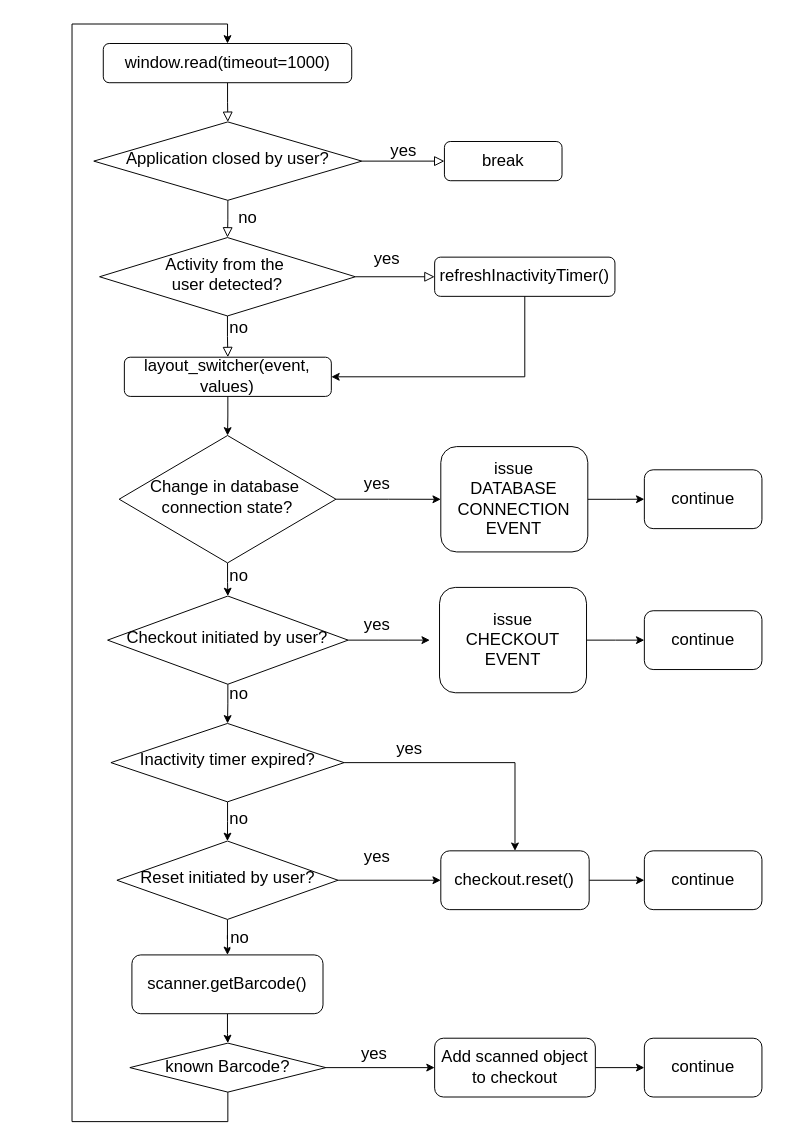
Before: docs/resources/hauptschleife.drawio in Oberfeldwedler/km3003, a draw.io diagram. Source tidied: cells renumbered, new cells numbered last; positions are measured from the earlier drawing's top-left corner, leaving out a move shared by most shapes. Both pictures are drawn from the tidied source at 98%, with x=0, y=0 at pixel (72, 24).
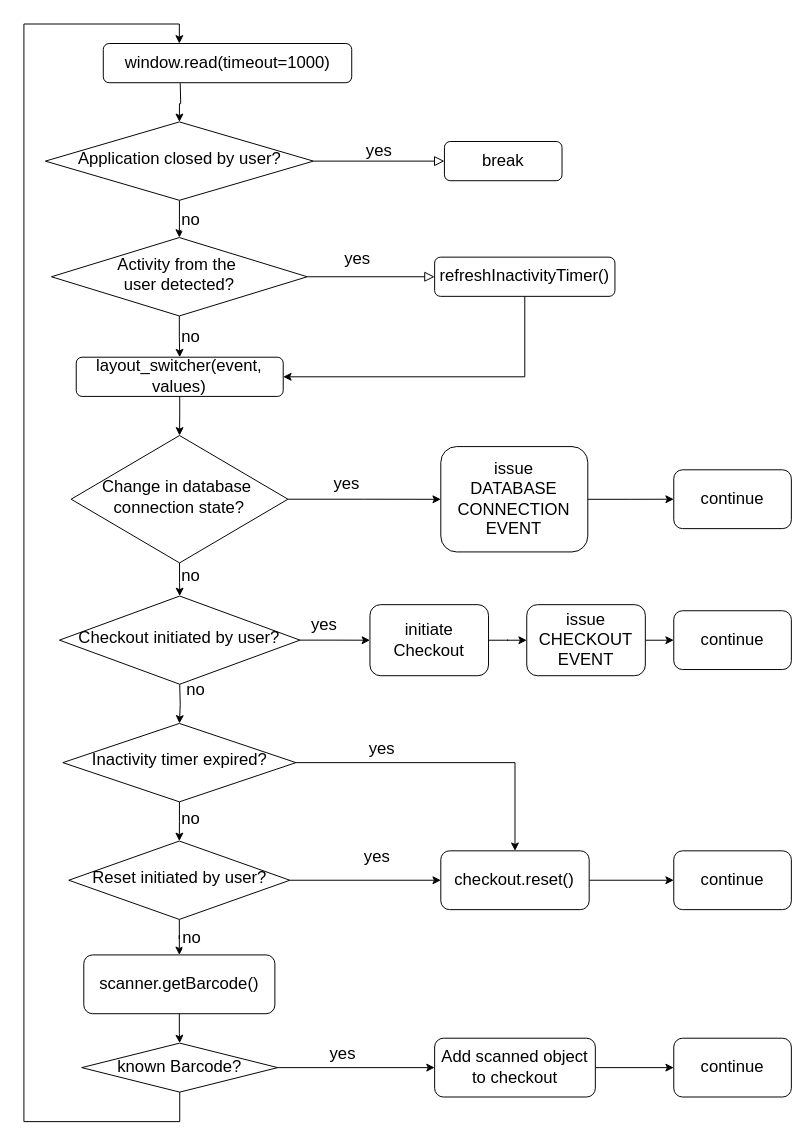
The same diagram, later.

The change refers to these unchanged cells:
```xml
<mxCell id="3" value="window.read(timeout=1000)" style="rounded=1;whiteSpace=wrap;html=1;fontSize=17;glass=0;strokeWidth=1;shadow=0;" parent="1" vertex="1">
  <mxGeometry x="31.9" y="19.9" width="253.5" height="40" as="geometry" />
</mxCell>
<mxCell id="7" value="break" style="rounded=1;whiteSpace=wrap;html=1;fontSize=17;glass=0;strokeWidth=1;shadow=0;" parent="1" vertex="1">
  <mxGeometry x="380" y="119.9" width="120" height="40" as="geometry" />
</mxCell>
<mxCell id="12" value="refreshInactivityTimer()" style="rounded=1;whiteSpace=wrap;html=1;fontSize=17;glass=0;strokeWidth=1;shadow=0;" parent="1" vertex="1">
  <mxGeometry x="370" y="237.9" width="184" height="40" as="geometry" />
</mxCell>
```

Change to the diagram source:
```diff
@@
-    <mxCell id="2" style="rounded=0;html=1;jettySize=auto;fontSize=17;endArrow=block;endFill=0;endSize=8;strokeWidth=1;shadow=0;labelBackgroundColor=none;edgeStyle=orthogonalEdgeStyle;" parent="1" edge="1" source="3" target="6">
-      <mxGeometry relative="1" as="geometry" />
-    </mxCell>
+    <mxCell id="53" style="edgeStyle=orthogonalEdgeStyle;rounded=0;jettySize=auto;html=1;exitX=0.361;exitY=1.008;exitDx=0;exitDy=0;exitPerimeter=0;" parent="1" edge="1" target="6">
+      <mxGeometry relative="1" as="geometry">
+        <mxPoint x="110.4" y="60.3" as="sourcePoint" />
+      </mxGeometry>
+    </mxCell>
@@
+    <mxCell id="5" value="yes" style="edgeStyle=orthogonalEdgeStyle;rounded=0;html=1;jettySize=auto;fontSize=17;endArrow=block;endFill=0;endSize=8;strokeWidth=1;shadow=0;labelBackgroundColor=none;" parent="1" edge="1" source="6" target="7">
+      <mxGeometry y="10" relative="1" as="geometry" />
+    </mxCell>
-    <mxCell id="4" value="no" style="rounded=0;html=1;jettySize=auto;fontSize=17;endArrow=block;endFill=0;endSize=8;strokeWidth=1;shadow=0;labelBackgroundColor=none;edgeStyle=orthogonalEdgeStyle;" parent="1" edge="1" source="6" target="10">
-      <mxGeometry y="20" relative="1" as="geometry" />
+    <mxCell id="4" style="edgeStyle=orthogonalEdgeStyle;rounded=0;jettySize=auto;html=1;entryX=0.5;entryY=0;entryDx=0;entryDy=0;" parent="1" edge="1" source="6" target="10">
+      <mxGeometry relative="1" as="geometry" />
     </mxCell>
-    <mxCell id="5" value="yes" style="edgeStyle=orthogonalEdgeStyle;rounded=0;html=1;jettySize=auto;fontSize=17;endArrow=block;endFill=0;endSize=8;strokeWidth=1;shadow=0;labelBackgroundColor=none;" parent="1" edge="1" source="6" target="7">
-      <mxGeometry y="10" relative="1" as="geometry" />
-    </mxCell>
+    <mxCell id="54" value="&lt;font style=&quot;font-size: 17px;&quot;&gt;no&lt;/font&gt;" style="edgeLabel;html=1;align=center;verticalAlign=middle;" parent="4" vertex="1">
+      <mxGeometry x="0.12" y="-2" relative="1" as="geometry">
+        <mxPoint x="13" as="offset" />
+      </mxGeometry>
+    </mxCell>
     <mxCell id="6" value="Application closed by user?" style="rhombus;whiteSpace=wrap;html=1;shadow=0;fontFamily=Helvetica;fontSize=17;align=center;strokeWidth=1;spacing=6;spacingTop=-4;" parent="1" vertex="1">
-      <mxGeometry x="22.2" y="99.9" width="273.5" height="80" as="geometry" />
+      <mxGeometry x="-27.2" y="99.9" width="273.5" height="80" as="geometry" />
     </mxCell>
@@
+    <mxCell id="9" value="yes" style="edgeStyle=orthogonalEdgeStyle;rounded=0;html=1;jettySize=auto;fontSize=17;endArrow=block;endFill=0;endSize=8;strokeWidth=1;shadow=0;labelBackgroundColor=none;exitX=1;exitY=0.5;exitDx=0;exitDy=0;" parent="1" edge="1" source="10" target="12">
+      <mxGeometry x="-0.21" y="18" relative="1" as="geometry" />
+    </mxCell>
-    <mxCell id="8" value="no" style="rounded=0;html=1;jettySize=auto;fontSize=17;endArrow=block;endFill=0;endSize=8;strokeWidth=1;shadow=0;labelBackgroundColor=none;edgeStyle=orthogonalEdgeStyle;" parent="1" edge="1" source="10" target="11">
-      <mxGeometry x="-0.37" y="11" relative="1" as="geometry" />
+    <mxCell id="8" style="edgeStyle=orthogonalEdgeStyle;rounded=0;jettySize=auto;html=1;entryX=0.5;entryY=0;entryDx=0;entryDy=0;" parent="1" edge="1" source="10" target="11">
+      <mxGeometry relative="1" as="geometry" />
     </mxCell>
-    <mxCell id="9" value="yes" style="edgeStyle=orthogonalEdgeStyle;rounded=0;html=1;jettySize=auto;fontSize=17;endArrow=block;endFill=0;endSize=8;strokeWidth=1;shadow=0;labelBackgroundColor=none;exitX=1;exitY=0.5;exitDx=0;exitDy=0;" parent="1" edge="1" source="10" target="12">
-      <mxGeometry x="-0.21" y="18" relative="1" as="geometry" />
-    </mxCell>
+    <mxCell id="55" value="&lt;font style=&quot;font-size: 17px;&quot;&gt;no&lt;/font&gt;" style="edgeLabel;html=1;align=center;verticalAlign=middle;" parent="8" vertex="1">
+      <mxGeometry x="-0.01" relative="1" as="geometry">
+        <mxPoint x="11" as="offset" />
+      </mxGeometry>
+    </mxCell>
     <mxCell id="10" value="Activity from the&amp;nbsp;&lt;div&gt;user detected?&lt;/div&gt;" style="rhombus;whiteSpace=wrap;html=1;shadow=0;fontFamily=Helvetica;fontSize=17;align=center;strokeWidth=1;spacing=6;spacingTop=-4;" parent="1" vertex="1">
-      <mxGeometry x="28.1" y="217.9" width="261" height="80" as="geometry" />
+      <mxGeometry x="-21" y="217.9" width="261" height="80" as="geometry" />
     </mxCell>
     <mxCell id="11" value="layout_switcher(event, values)" style="rounded=1;whiteSpace=wrap;html=1;fontSize=17;glass=0;strokeWidth=1;shadow=0;" parent="1" vertex="1">
-      <mxGeometry x="53.4" y="340" width="211.2" height="40" as="geometry" />
+      <mxGeometry x="4.3" y="340" width="211.2" height="40" as="geometry" />
     </mxCell>
@@
-    <mxCell id="14" style="edgeStyle=orthogonalEdgeStyle;rounded=0;jettySize=auto;html=1;fontSize=17;" parent="1" edge="1" source="18" target="25">
-      <mxGeometry relative="1" as="geometry" />
+    <mxCell id="14" style="edgeStyle=orthogonalEdgeStyle;rounded=0;jettySize=auto;html=1;fontSize=17;" parent="1" edge="1" source="18">
+      <mxGeometry relative="1" as="geometry">
+        <mxPoint x="109.9" y="583.7" as="targetPoint" />
+      </mxGeometry>
     </mxCell>
@@
     <mxCell id="18" value="Change in database&amp;nbsp;&lt;div&gt;connection state?&lt;/div&gt;" style="rhombus;whiteSpace=wrap;html=1;shadow=0;fontFamily=Helvetica;fontSize=17;align=center;strokeWidth=1;spacing=6;spacingTop=-4;" parent="1" vertex="1">
-      <mxGeometry x="48.1" y="419.9" width="221.2" height="130" as="geometry" />
+      <mxGeometry x="-0.9" y="419.9" width="221.2" height="130" as="geometry" />
     </mxCell>
@@
     <mxCell id="20" value="continue" style="rounded=1;whiteSpace=wrap;html=1;fontSize=17;" parent="1" vertex="1">
-      <mxGeometry x="584" y="454.9" width="120" height="60" as="geometry" />
+      <mxGeometry x="614" y="454.9" width="120" height="60" as="geometry" />
     </mxCell>
-    <mxCell id="21" style="edgeStyle=orthogonalEdgeStyle;rounded=0;jettySize=auto;html=1;fontSize=17;" parent="1" edge="1" source="25">
-      <mxGeometry relative="1" as="geometry">
-        <mxPoint x="365.1" y="628.7" as="targetPoint" />
-      </mxGeometry>
+    <mxCell id="21" style="edgeStyle=orthogonalEdgeStyle;rounded=0;jettySize=auto;html=1;fontSize=17;" parent="1" edge="1" source="25" target="57">
+      <mxGeometry relative="1" as="geometry" />
     </mxCell>
@@
-    <mxCell id="23" style="edgeStyle=orthogonalEdgeStyle;rounded=0;jettySize=auto;html=1;fontSize=17;" parent="1" edge="1" source="25" target="30">
-      <mxGeometry relative="1" as="geometry" />
+    <mxCell id="23" style="edgeStyle=orthogonalEdgeStyle;rounded=0;jettySize=auto;html=1;fontSize=17;" parent="1" edge="1" target="30">
+      <mxGeometry relative="1" as="geometry">
+        <mxPoint x="109.9" y="673.7" as="sourcePoint" />
+      </mxGeometry>
     </mxCell>
@@
     <mxCell id="25" value="Checkout initiated by user?" style="rhombus;whiteSpace=wrap;html=1;shadow=0;fontFamily=Helvetica;fontSize=17;align=center;strokeWidth=1;spacing=6;spacingTop=-4;" parent="1" vertex="1">
-      <mxGeometry x="36.3" y="583.7" width="245.4" height="90" as="geometry" />
+      <mxGeometry x="-12.8" y="583.7" width="245.4" height="90" as="geometry" />
     </mxCell>
@@
     <mxCell id="30" value="Inactivity timer expired?" style="rhombus;whiteSpace=wrap;html=1;shadow=0;strokeWidth=1;spacing=6;spacingTop=-4;fontSize=17;" parent="1" vertex="1">
-      <mxGeometry x="39.7" y="713.7" width="237.9" height="80" as="geometry" />
+      <mxGeometry x="-9.4" y="713.7" width="237.9" height="80" as="geometry" />
     </mxCell>
@@
     <mxCell id="34" value="Reset initiated by user?" style="rhombus;whiteSpace=wrap;html=1;shadow=0;strokeWidth=1;spacing=6;spacingTop=-4;fontSize=17;" parent="1" vertex="1">
-      <mxGeometry x="45.8" y="833.7" width="225.6" height="80" as="geometry" />
+      <mxGeometry x="-3.3" y="833.7" width="225.6" height="80" as="geometry" />
     </mxCell>
@@
     <mxCell id="38" value="continue" style="rounded=1;whiteSpace=wrap;html=1;fontSize=17;" parent="1" vertex="1">
-      <mxGeometry x="584" y="843.7" width="120" height="60" as="geometry" />
+      <mxGeometry x="614" y="843.7" width="120" height="60" as="geometry" />
     </mxCell>
@@
     <mxCell id="40" value="scanner.getBarcode()" style="rounded=1;whiteSpace=wrap;html=1;fontSize=17;" parent="1" vertex="1">
-      <mxGeometry x="61.1" y="949.9" width="195" height="60" as="geometry" />
+      <mxGeometry x="12" y="949.9" width="195" height="60" as="geometry" />
     </mxCell>
@@
-    <mxCell id="45" style="edgeStyle=orthogonalEdgeStyle;rounded=0;jettySize=auto;html=1;entryX=0.5;entryY=0;entryDx=0;entryDy=0;exitX=0.5;exitY=1;exitDx=0;exitDy=0;fontSize=17;" parent="1" edge="1" source="46" target="3">
+    <mxCell id="45" style="edgeStyle=orthogonalEdgeStyle;rounded=0;jettySize=auto;html=1;entryX=0.5;entryY=0;entryDx=0;entryDy=0;exitX=0.5;exitY=1;exitDx=0;exitDy=0;fontSize=17;" parent="1" edge="1" source="46">
       <mxGeometry relative="1" as="geometry">
+        <mxPoint x="109.5" y="19.9" as="targetPoint" />
         <Array as="points">
-          <mxPoint x="159" y="1120" />
-          <mxPoint y="1120" />
-          <mxPoint />
-          <mxPoint x="159" />
+          <mxPoint x="109.9" y="1120" />
+          <mxPoint x="-49.1" y="1120" />
+          <mxPoint x="-49.1" />
+          <mxPoint x="109.9" />
         </Array>
       </mxGeometry>
     </mxCell>
     <mxCell id="46" value="known Barcode?" style="rhombus;whiteSpace=wrap;html=1;fontSize=17;" parent="1" vertex="1">
-      <mxGeometry x="59" y="1039.9" width="200" height="50" as="geometry" />
+      <mxGeometry x="9.9" y="1039.9" width="200" height="50" as="geometry" />
     </mxCell>
     <mxCell id="47" value="continue" style="rounded=1;whiteSpace=wrap;html=1;fontSize=17;" parent="1" vertex="1">
-      <mxGeometry x="584" y="1034.9" width="120" height="60" as="geometry" />
+      <mxGeometry x="614" y="1034.9" width="120" height="60" as="geometry" />
     </mxCell>
@@
     <mxCell id="49" value="issue&lt;div&gt;CHECKOUT&lt;div&gt;&lt;span style=&quot;background-color: initial;&quot;&gt;EVENT&lt;/span&gt;&lt;br&gt;&lt;/div&gt;&lt;/div&gt;" style="rounded=1;whiteSpace=wrap;html=1;fontSize=17;" parent="1" vertex="1">
-      <mxGeometry x="375" y="574.9" width="150" height="107.5" as="geometry" />
+      <mxGeometry x="464" y="592.5" width="121" height="72.5" as="geometry" />
     </mxCell>
@@
     <mxCell id="52" value="continue" style="rounded=1;whiteSpace=wrap;html=1;fontSize=17;" parent="1" vertex="1">
-      <mxGeometry x="584" y="598.7" width="120" height="60" as="geometry" />
+      <mxGeometry x="614" y="598.7" width="120" height="60" as="geometry" />
     </mxCell>
+    <mxCell id="56" style="edgeStyle=orthogonalEdgeStyle;rounded=0;jettySize=auto;html=1;" parent="1" edge="1" source="57" target="49">
+      <mxGeometry relative="1" as="geometry" />
+    </mxCell>
+    <mxCell id="57" value="&lt;div&gt;&lt;div&gt;initiate Checkout&lt;/div&gt;&lt;/div&gt;" style="rounded=1;whiteSpace=wrap;html=1;fontSize=17;" parent="1" vertex="1">
+      <mxGeometry x="304" y="592.5" width="121" height="72.5" as="geometry" />
+    </mxCell>
```
